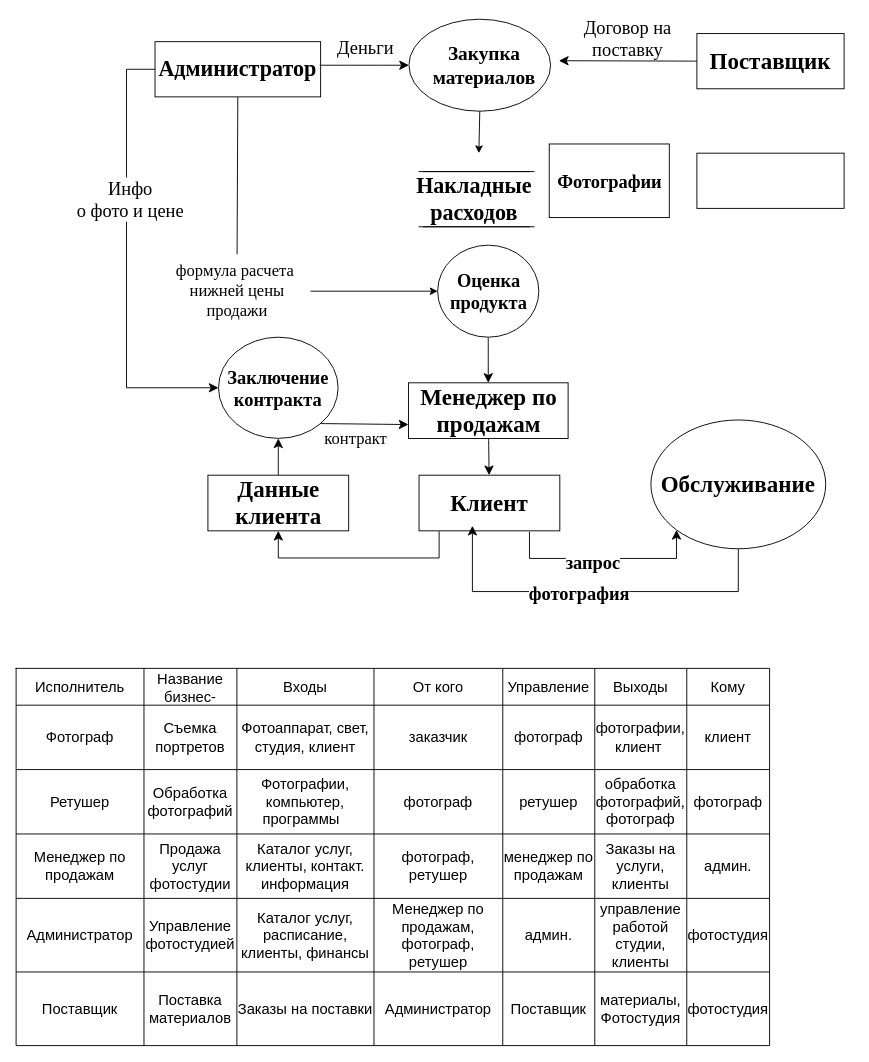
This is Диаграмма без названия.drawio from Antwan228/GitBush, a draw.io file, before an edit. Source tidied: cells renumbered, new cells numbered last; positions are measured from the earlier drawing's top-left corner, leaving out a move shared by most shapes. Both pictures are drawn from the tidied source at 92%, with x=0, y=0 at pixel (16, 18).
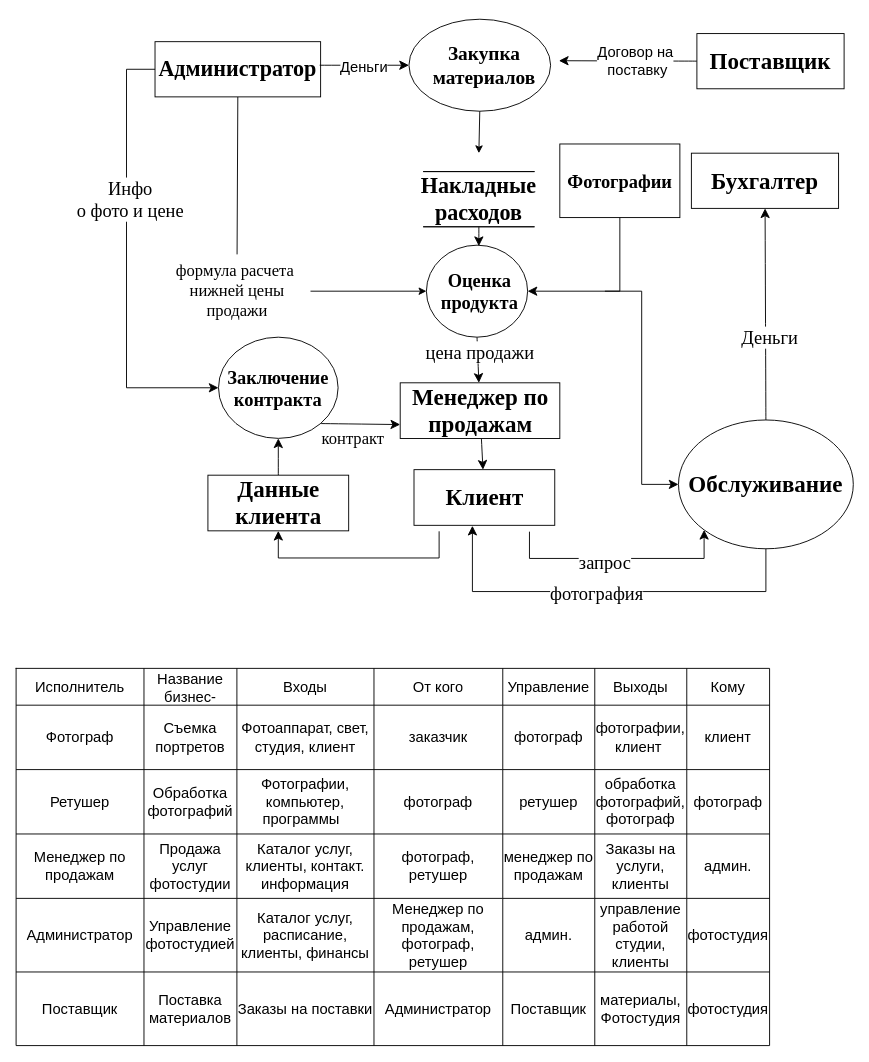
The same diagram, later.

The change refers to these unchanged cells:
```xml
<mxCell id="5" style="edgeStyle=none;curved=1;rounded=0;jettySize=auto;html=1;exitX=0.5;exitY=1;exitDx=0;exitDy=0;fontSize=12;startSize=8;endSize=8;" parent="1" edge="1" source="6" target="15">
  <mxGeometry relative="1" as="geometry" />
</mxCell>
<mxCell id="22" style="edgeStyle=none;curved=1;rounded=0;jettySize=auto;html=1;exitX=0;exitY=0.5;exitDx=0;exitDy=0;fontSize=12;startSize=8;endSize=8;" parent="1" edge="1" source="23">
  <mxGeometry relative="1" as="geometry">
    <mxPoint x="590" y="45.5" as="targetPoint" />
  </mxGeometry>
</mxCell>
<mxCell id="27" style="edgeStyle=none;curved=1;rounded=0;jettySize=auto;html=1;exitX=1;exitY=0.5;exitDx=0;exitDy=0;entryX=0;entryY=0.5;entryDx=0;entryDy=0;fontSize=12;startSize=8;endSize=8;" parent="1" edge="1" target="2">
  <mxGeometry relative="1" as="geometry">
    <mxPoint x="330" y="50.4" as="sourcePoint" />
  </mxGeometry>
</mxCell>
<mxCell id="85" style="edgeStyle=elbowEdgeStyle;elbow=vertical;endArrow=classic;html=1;curved=0;rounded=0;endSize=8;startSize=8;fontSize=12;exitX=0.6;exitY=1.009;exitDx=0;exitDy=0;exitPerimeter=0;entryX=0;entryY=1;entryDx=0;entryDy=0;" parent="1" edge="1" target="4">
  <mxGeometry relative="1" as="geometry">
    <mxPoint x="558" y="557.4" as="sourcePoint" />
    <Array as="points">
      <mxPoint x="448.2" y="586.5" />
    </Array>
  </mxGeometry>
</mxCell>
<mxCell id="87" style="edgeStyle=elbowEdgeStyle;elbow=vertical;endArrow=classic;html=1;curved=0;rounded=0;endSize=8;startSize=8;fontSize=12;exitX=0.5;exitY=1;exitDx=0;exitDy=0;entryX=0.453;entryY=0.968;entryDx=0;entryDy=0;entryPerimeter=0;" parent="1" edge="1" source="4">
  <mxGeometry relative="1" as="geometry">
    <mxPoint x="496" y="551" as="targetPoint" />
    <Array as="points">
      <mxPoint x="648.7" y="622.5" />
    </Array>
  </mxGeometry>
</mxCell>
```

Change to the diagram source:
```diff
@@
     <mxCell id="4" value="&lt;font style=&quot;font-size: 25px;&quot; face=&quot;Times New Roman&quot;&gt;&lt;b&gt;Обслуживание&lt;/b&gt;&lt;/font&gt;" style="ellipse;whiteSpace=wrap;html=1;" parent="1" vertex="1">
-      <mxGeometry x="690" y="436" width="190" height="140" as="geometry" />
+      <mxGeometry x="720" y="436" width="190" height="140" as="geometry" />
     </mxCell>
@@
+    <mxCell id="89" value="&lt;font face=&quot;Times New Roman&quot; style=&quot;font-size: 20px;&quot;&gt;цена продажи&lt;/font&gt;" style="edgeLabel;html=1;align=center;verticalAlign=middle;fontSize=16;" parent="5" vertex="1">
+      <mxGeometry x="-0.35" y="2" relative="1" as="geometry" />
+    </mxCell>
     <mxCell id="6" style="ellipse;whiteSpace=wrap;html=1;" parent="1" vertex="1">
-      <mxGeometry x="458.2" y="246" width="110" height="100" as="geometry" />
+      <mxGeometry x="446" y="246" width="110" height="100" as="geometry" />
     </mxCell>
@@
+    <mxCell id="90" style="edgeStyle=none;curved=1;rounded=0;jettySize=auto;html=1;fontSize=12;startSize=8;endSize=8;exitX=0.5;exitY=0;exitDx=0;exitDy=0;" parent="1" edge="1" source="4" target="9">
+      <mxGeometry relative="1" as="geometry" />
+    </mxCell>
+    <mxCell id="91" value="&lt;font size=&quot;1&quot; face=&quot;Times New Roman&quot; style=&quot;&quot;&gt;&lt;span style=&quot;font-size: 20px;&quot;&gt;Деньги&lt;/span&gt;&lt;/font&gt;" style="edgeLabel;html=1;align=center;verticalAlign=middle;fontSize=16;" parent="90" vertex="1">
+      <mxGeometry x="-0.22" y="-4" relative="1" as="geometry" />
+    </mxCell>
-    <mxCell id="9" style="rounded=0;whiteSpace=wrap;html=1;" parent="1" vertex="1">
-      <mxGeometry x="740" y="146" width="160" height="60" as="geometry" />
+    <mxCell id="9" value="&lt;font face=&quot;Times New Roman&quot; style=&quot;font-size: 25px;&quot;&gt;&lt;b&gt;Бухгалтер&lt;/b&gt;&lt;/font&gt;" style="rounded=0;whiteSpace=wrap;html=1;" parent="1" vertex="1">
+      <mxGeometry x="734" y="146" width="160" height="60" as="geometry" />
     </mxCell>
     <mxCell id="10" value="&lt;font style=&quot;font-size: 25px;&quot; face=&quot;Times New Roman&quot;&gt;&lt;b&gt;Клиент&lt;/b&gt;&lt;/font&gt;" style="rounded=0;whiteSpace=wrap;html=1;" parent="1" vertex="1">
-      <mxGeometry x="438" y="496" width="153" height="60.5" as="geometry" />
+      <mxGeometry x="432.5" y="490" width="153" height="60.5" as="geometry" />
     </mxCell>
@@
     <mxCell id="13" value="&lt;font style=&quot;font-size: 20px;&quot; face=&quot;Times New Roman&quot;&gt;&lt;b&gt;Фотографии&lt;/b&gt;&lt;/font&gt;" style="rounded=0;whiteSpace=wrap;html=1;" parent="1" vertex="1">
-      <mxGeometry x="579.5" y="136" width="130.5" height="80" as="geometry" />
+      <mxGeometry x="591" y="136" width="130.5" height="80" as="geometry" />
     </mxCell>
@@
     <mxCell id="15" value="&lt;b&gt;&lt;font style=&quot;font-size: 25px;&quot; face=&quot;Times New Roman&quot;&gt;Менеджер по продажам&lt;/font&gt;&lt;/b&gt;" style="rounded=0;whiteSpace=wrap;html=1;" parent="1" vertex="1">
-      <mxGeometry x="426.5" y="395.6" width="173.5" height="60.5" as="geometry" />
+      <mxGeometry x="417.5" y="395.6" width="173.5" height="60.5" as="geometry" />
     </mxCell>
@@
+    <mxCell id="92" style="edgeStyle=none;curved=1;rounded=0;jettySize=auto;html=1;exitX=0.5;exitY=1;exitDx=0;exitDy=0;fontSize=12;startSize=8;endSize=8;" parent="1" edge="1" source="17">
+      <mxGeometry relative="1" as="geometry">
+        <mxPoint x="503" y="247" as="targetPoint" />
+      </mxGeometry>
+    </mxCell>
-    <mxCell id="17" value="&lt;font face=&quot;Times New Roman&quot; style=&quot;font-size: 24px;&quot;&gt;&lt;b style=&quot;&quot;&gt;Накладные&lt;br&gt;расходов&lt;/b&gt;&lt;/font&gt;" style="shape=partialRectangle;whiteSpace=wrap;html=1;left=0;right=0;fillColor=none;" parent="1" vertex="1">
-      <mxGeometry x="438" y="166" width="120" height="60" as="geometry" />
+    <mxCell id="17" value="&lt;b style=&quot;border-color: var(--border-color); font-family: &amp;quot;Times New Roman&amp;quot;; font-size: 24px;&quot;&gt;Накладные&lt;br style=&quot;border-color: var(--border-color);&quot;&gt;расходов&lt;/b&gt;" style="shape=partialRectangle;whiteSpace=wrap;html=1;left=0;right=0;fillColor=none;" parent="1" vertex="1">
+      <mxGeometry x="443" y="166" width="120" height="60" as="geometry" />
     </mxCell>
@@
+    <mxCell id="29" value="Договор на&lt;br&gt;&amp;nbsp;поставку" style="edgeLabel;html=1;align=center;verticalAlign=middle;fontSize=16;" parent="22" vertex="1">
+      <mxGeometry x="-0.1" y="-3" relative="1" as="geometry">
+        <mxPoint y="3" as="offset" />
+      </mxGeometry>
+    </mxCell>
@@
-    <mxCell id="28" value="&lt;font style=&quot;font-size: 20px;&quot; face=&quot;Times New Roman&quot;&gt;Деньги&lt;/font&gt;" style="text;html=1;strokeColor=none;fillColor=none;align=center;verticalAlign=middle;whiteSpace=wrap;rounded=0;fontSize=16;" parent="1" vertex="1">
-      <mxGeometry x="340" y="16" width="80" height="30" as="geometry" />
-    </mxCell>
-    <mxCell id="29" value="&lt;font face=&quot;Times New Roman&quot; style=&quot;font-size: 20px;&quot;&gt;Договор на поставку&lt;/font&gt;" style="text;html=1;strokeColor=none;fillColor=none;align=center;verticalAlign=middle;whiteSpace=wrap;rounded=0;fontSize=16;" parent="1" vertex="1">
-      <mxGeometry x="610" y="6" width="110" height="30" as="geometry" />
-    </mxCell>
+    <mxCell id="93" value="Деньги" style="edgeLabel;html=1;align=center;verticalAlign=middle;fontSize=16;" parent="27" vertex="1">
+      <mxGeometry x="-0.04" y="5" relative="1" as="geometry">
+        <mxPoint y="6" as="offset" />
+      </mxGeometry>
+    </mxCell>
@@
     <mxCell id="79" value="&lt;b&gt;&lt;font style=&quot;font-size: 20px;&quot; face=&quot;Times New Roman&quot;&gt;Оценка продукта&lt;/font&gt;&lt;/b&gt;" style="text;html=1;strokeColor=none;fillColor=none;align=center;verticalAlign=middle;whiteSpace=wrap;rounded=0;fontSize=16;" parent="1" vertex="1">
-      <mxGeometry x="470.5" y="278.5" width="85.5" height="35" as="geometry" />
+      <mxGeometry x="461.2" y="278.5" width="85.5" height="35" as="geometry" />
     </mxCell>
@@
-    <mxCell id="86" value="&lt;font style=&quot;font-size: 20px;&quot; face=&quot;Times New Roman&quot;&gt;&lt;b&gt;запрос&lt;/b&gt;&lt;/font&gt;" style="edgeLabel;html=1;align=center;verticalAlign=middle;fontSize=16;" parent="85" vertex="1">
+    <mxCell id="86" value="&lt;font style=&quot;font-size: 20px;&quot; face=&quot;Times New Roman&quot;&gt;запрос&lt;/font&gt;" style="edgeLabel;html=1;align=center;verticalAlign=middle;fontSize=16;" parent="85" vertex="1">
       <mxGeometry x="-0.11" y="-4" relative="1" as="geometry" />
     </mxCell>
@@
-    <mxCell id="88" value="&lt;font size=&quot;1&quot; style=&quot;&quot; face=&quot;Times New Roman&quot;&gt;&lt;b style=&quot;font-size: 20px;&quot;&gt;фотография&lt;/b&gt;&lt;/font&gt;" style="edgeLabel;html=1;align=center;verticalAlign=middle;fontSize=16;" parent="87" vertex="1">
+    <mxCell id="88" value="&lt;font size=&quot;1&quot; style=&quot;&quot; face=&quot;Times New Roman&quot;&gt;&lt;span style=&quot;font-size: 20px;&quot;&gt;фотография&lt;/span&gt;&lt;/font&gt;" style="edgeLabel;html=1;align=center;verticalAlign=middle;fontSize=16;" parent="87" vertex="1">
       <mxGeometry x="-0.24" y="1" relative="1" as="geometry">
         <mxPoint x="-65" as="offset" />
       </mxGeometry>
     </mxCell>
+    <mxCell id="94" style="edgeStyle=elbowEdgeStyle;elbow=vertical;endArrow=classic;html=1;curved=0;rounded=0;endSize=8;startSize=8;fontSize=12;exitX=0.5;exitY=1;exitDx=0;exitDy=0;entryX=1;entryY=0.5;entryDx=0;entryDy=0;" parent="1" edge="1" source="13" target="6">
+      <mxGeometry relative="1" as="geometry">
+        <Array as="points">
+          <mxPoint x="620" y="296" />
+        </Array>
+      </mxGeometry>
+    </mxCell>
+    <mxCell id="95" style="edgeStyle=elbowEdgeStyle;elbow=horizontal;endArrow=classic;html=1;curved=0;rounded=0;endSize=8;startSize=8;fontSize=12;entryX=0;entryY=0.5;entryDx=0;entryDy=0;" parent="1" edge="1" target="4">
+      <mxGeometry relative="1" as="geometry">
+        <mxPoint x="640" y="296" as="sourcePoint" />
+      </mxGeometry>
+    </mxCell>
```
